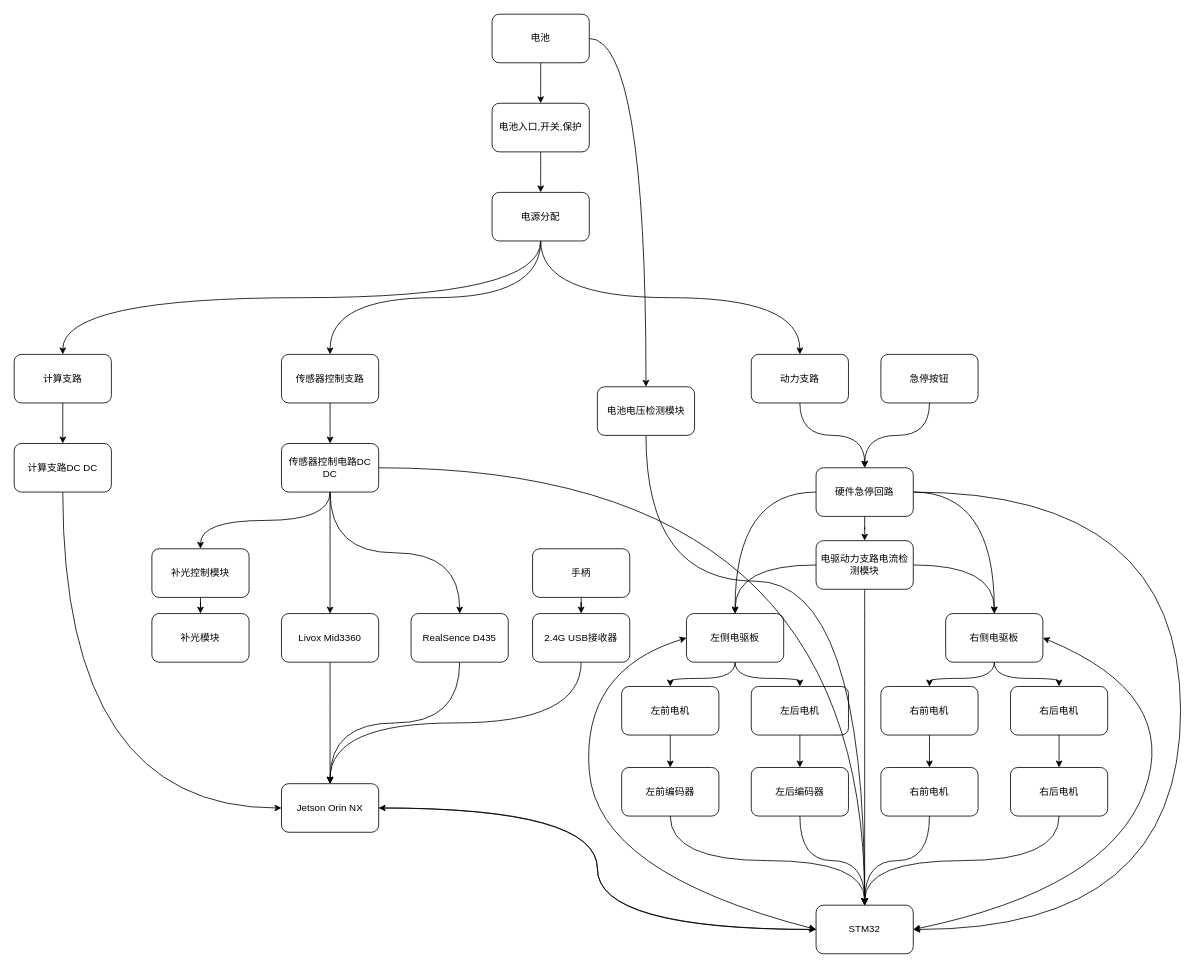
Before: docs/02_architecture/diagrams/vehicle_hardware_topology.drawio in YongZheXiong/project0, a draw.io diagram. Source tidied: cells renumbered, new cells numbered last; positions are measured from the earlier drawing's top-left corner, leaving out a move shared by most shapes. Both pictures are drawn from the tidied source at 81%, with x=0, y=0 at pixel (14, 14).
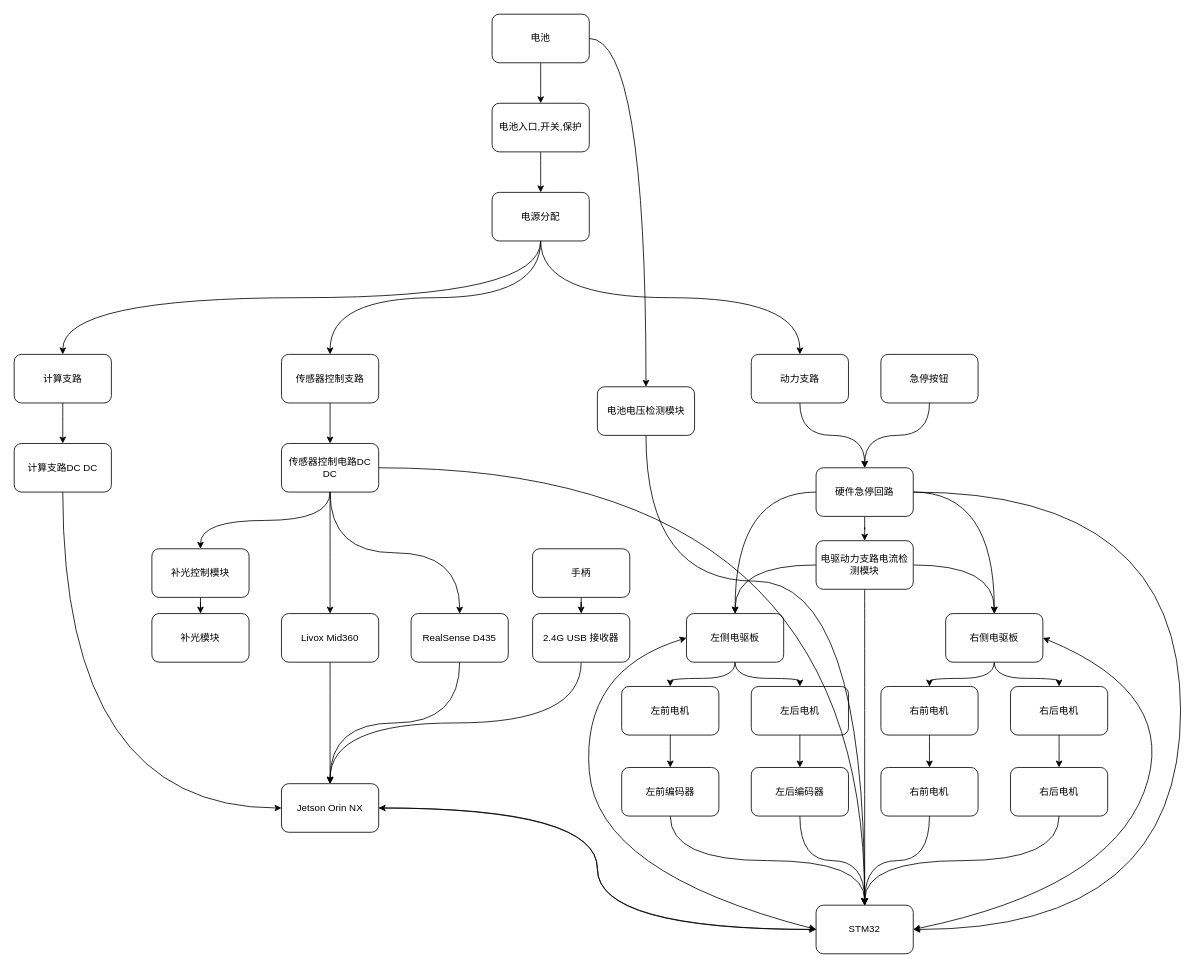
After the change.

Commit message (it also covers changes not shown here):
docs(hardware): align P1.3 hardware naming baseline

The change refers to these unchanged cells:
```xml
<mxCell id="59" style="group;" parent="1" vertex="1">
  <mxGeometry x="170" y="420" width="440" height="380" as="geometry" />
</mxCell>
<mxCell id="71" style="group;" parent="1" vertex="1">
  <mxGeometry x="640" y="660" width="120" height="140" as="geometry" />
</mxCell>
```

What changed in the source:
```diff
@@
-    <mxCell id="60" value="RealSence D435" style="rounded=1;whiteSpace=wrap;html=1;" parent="59" vertex="1">
+    <mxCell id="60" value="RealSense D435" style="rounded=1;whiteSpace=wrap;html=1;" parent="59" vertex="1">
       <mxGeometry x="320" y="320" width="120" height="60" as="geometry" />
     </mxCell>
@@
-    <mxCell id="62" value="Livox Mid3360" style="rounded=1;whiteSpace=wrap;html=1;" parent="59" vertex="1">
+    <mxCell id="62" value="Livox Mid360" style="rounded=1;whiteSpace=wrap;html=1;" parent="59" vertex="1">
       <mxGeometry x="160" y="320" width="120" height="60" as="geometry" />
     </mxCell>
@@
-    <mxCell id="72" value="2.4G USB接收器" style="rounded=1;whiteSpace=wrap;html=1;" parent="71" vertex="1">
+    <mxCell id="72" value="2.4G USB 接收器" style="rounded=1;whiteSpace=wrap;html=1;" parent="71" vertex="1">
       <mxGeometry y="80" width="120" height="60" as="geometry" />
     </mxCell>
```
